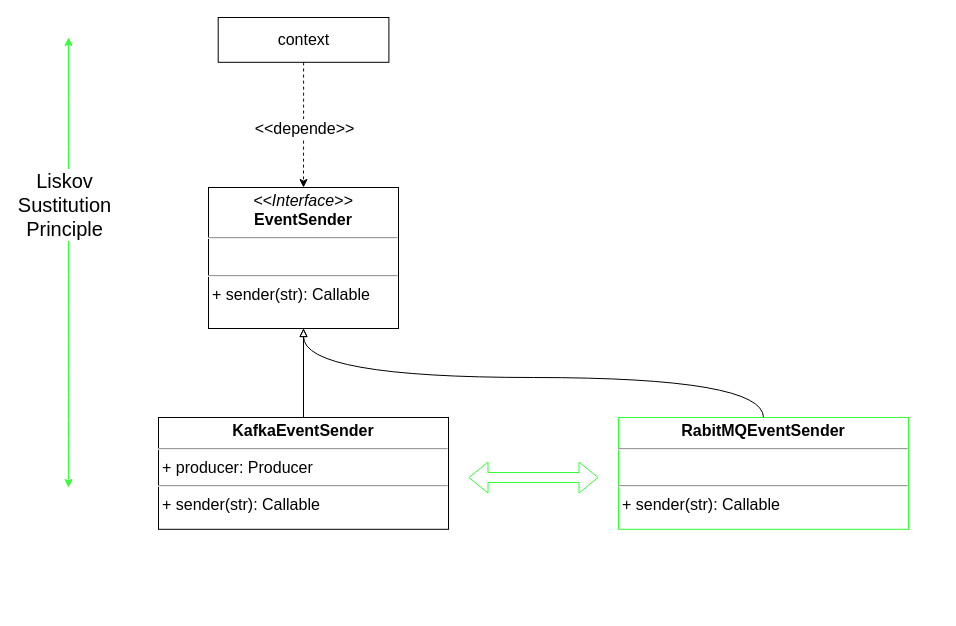
Earlier version of the draw.io diagram page "Liskov Sustitusion" (6 of 25) of C4 model.drawio (gaspect/brainsys). Source tidied: cells renumbered, new cells numbered last; positions are measured from the earlier drawing's top-left corner, leaving out a move shared by most shapes. Both pictures are drawn from the tidied source at 100%, with x=0, y=0 at pixel (68, 17).
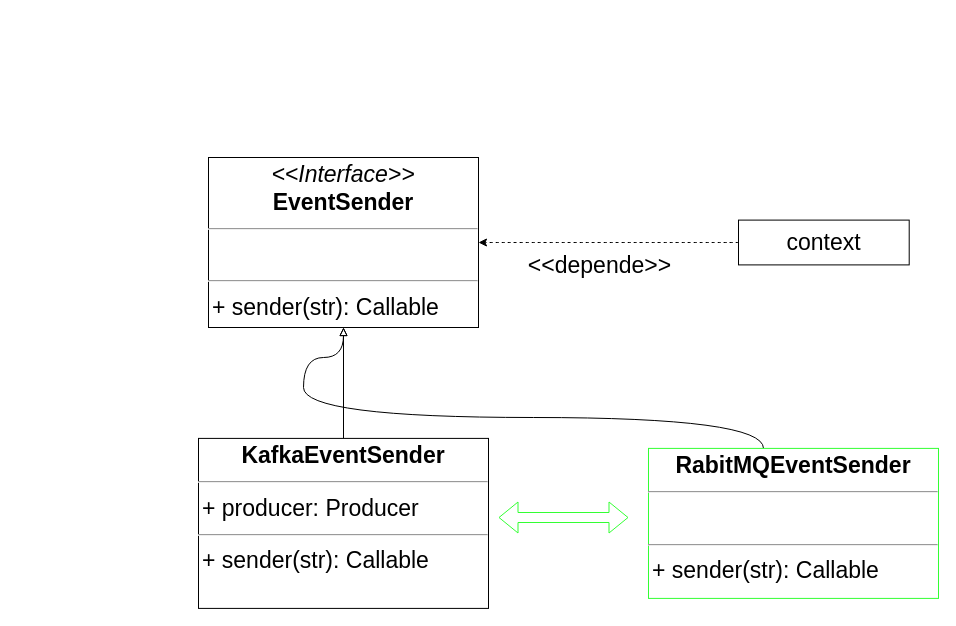
Above is the later version.

Diff of the diagram source:
```diff
@@
 <mxGraphModel>
   <root>
     <mxCell id="0" />
     <mxCell id="1" parent="0" />
-    <mxCell id="2" value="context" style="html=1;fontSize=16;" parent="1" vertex="1">
-      <mxGeometry x="149.7" width="170.7" height="44.8" as="geometry" />
+    <mxCell id="2" value="context" style="html=1;fontSize=23;" parent="1" vertex="1">
+      <mxGeometry x="670" y="202.6" width="170.7" height="44.8" as="geometry" />
     </mxCell>
-    <mxCell id="3" style="edgeStyle=orthogonalEdgeStyle;curved=1;html=1;dashed=1;endArrow=classic;endFill=1;fontSize=16;entryX=0.5;entryY=0;entryDx=0;entryDy=0;" parent="1" edge="1" source="2" target="5">
+    <mxCell id="3" style="edgeStyle=orthogonalEdgeStyle;curved=1;html=1;dashed=1;endArrow=classic;endFill=1;fontSize=23;entryX=1;entryY=0.5;entryDx=0;entryDy=0;" parent="1" edge="1" source="2" target="5">
       <mxGeometry relative="1" as="geometry" />
     </mxCell>
-    <mxCell id="4" value="&amp;lt;&amp;lt;depende&amp;gt;&amp;gt;" style="edgeLabel;html=1;align=center;verticalAlign=middle;fontSize=16;" parent="3" vertex="1">
+    <mxCell id="4" value="&amp;lt;&amp;lt;depende&amp;gt;&amp;gt;" style="edgeLabel;html=1;align=center;verticalAlign=middle;fontSize=23;" parent="3" vertex="1">
       <mxGeometry x="-0.24" y="1" relative="1" as="geometry">
-        <mxPoint x="-1" y="18" as="offset" />
+        <mxPoint x="-41" y="21" as="offset" />
       </mxGeometry>
     </mxCell>
-    <mxCell id="5" value="&lt;p style=&quot;margin: 4px 0px 0px; text-align: center; font-size: 16px;&quot;&gt;&lt;i style=&quot;font-size: 16px;&quot;&gt;&amp;lt;&amp;lt;Interface&amp;gt;&amp;gt;&lt;/i&gt;&lt;br style=&quot;font-size: 16px;&quot;&gt;&lt;b style=&quot;font-size: 16px;&quot;&gt;EventSender&lt;/b&gt;&lt;/p&gt;&lt;hr style=&quot;font-size: 16px;&quot;&gt;&lt;p style=&quot;margin: 0px 0px 0px 4px; font-size: 16px;&quot;&gt;&lt;br style=&quot;font-size: 16px;&quot;&gt;&lt;/p&gt;&lt;hr style=&quot;font-size: 16px;&quot;&gt;&lt;p style=&quot;margin: 0px 0px 0px 4px; font-size: 16px;&quot;&gt;+ sender(str): Callable&lt;/p&gt;" style="verticalAlign=top;align=left;overflow=fill;fontSize=16;fontFamily=Helvetica;html=1;" parent="1" vertex="1">
-      <mxGeometry x="140" y="170" width="190" height="141" as="geometry" />
+    <mxCell id="5" value="&lt;p style=&quot;margin: 4px 0px 0px; text-align: center; font-size: 23px;&quot;&gt;&lt;i style=&quot;font-size: 23px;&quot;&gt;&amp;lt;&amp;lt;Interface&amp;gt;&amp;gt;&lt;/i&gt;&lt;br style=&quot;font-size: 23px;&quot;&gt;&lt;b style=&quot;font-size: 23px;&quot;&gt;EventSender&lt;/b&gt;&lt;/p&gt;&lt;hr style=&quot;font-size: 23px;&quot;&gt;&lt;p style=&quot;margin: 0px 0px 0px 4px; font-size: 23px;&quot;&gt;&lt;br style=&quot;font-size: 23px;&quot;&gt;&lt;/p&gt;&lt;hr style=&quot;font-size: 23px;&quot;&gt;&lt;p style=&quot;margin: 0px 0px 0px 4px; font-size: 23px;&quot;&gt;+ sender(str): Callable&lt;/p&gt;" style="verticalAlign=top;align=left;overflow=fill;fontSize=23;fontFamily=Helvetica;html=1;" parent="1" vertex="1">
+      <mxGeometry x="140" y="140" width="270" height="170" as="geometry" />
     </mxCell>
-    <mxCell id="6" style="edgeStyle=none;html=1;endArrow=block;endFill=0;" parent="1" edge="1" source="7" target="5">
+    <mxCell id="6" style="edgeStyle=none;html=1;endArrow=block;endFill=0;fontSize=23;" parent="1" edge="1" source="7" target="5">
       <mxGeometry relative="1" as="geometry" />
     </mxCell>
-    <mxCell id="7" value="&lt;p style=&quot;margin: 4px 0px 0px ; text-align: center ; font-size: 16px&quot;&gt;&lt;b style=&quot;font-size: 16px&quot;&gt;KafkaEventSender&lt;/b&gt;&lt;/p&gt;&lt;hr style=&quot;font-size: 16px&quot;&gt;&lt;p style=&quot;margin: 0px 0px 0px 4px ; font-size: 16px&quot;&gt;+ producer: Producer&lt;/p&gt;&lt;hr style=&quot;font-size: 16px&quot;&gt;&lt;p style=&quot;margin: 0px 0px 0px 4px ; font-size: 16px&quot;&gt;+ sender(str): Callable&lt;br style=&quot;font-size: 16px&quot;&gt;&lt;/p&gt;" style="verticalAlign=top;align=left;overflow=fill;fontSize=16;fontFamily=Helvetica;html=1;" parent="1" vertex="1">
-      <mxGeometry x="90" y="400" width="290" height="111.8" as="geometry" />
+    <mxCell id="7" value="&lt;p style=&quot;margin: 4px 0px 0px; text-align: center; font-size: 23px;&quot;&gt;&lt;b style=&quot;font-size: 23px;&quot;&gt;KafkaEventSender&lt;/b&gt;&lt;/p&gt;&lt;hr style=&quot;font-size: 23px;&quot;&gt;&lt;p style=&quot;margin: 0px 0px 0px 4px; font-size: 23px;&quot;&gt;+ producer: Producer&lt;/p&gt;&lt;hr style=&quot;font-size: 23px;&quot;&gt;&lt;p style=&quot;margin: 0px 0px 0px 4px; font-size: 23px;&quot;&gt;+ sender(str): Callable&lt;br style=&quot;font-size: 23px;&quot;&gt;&lt;/p&gt;" style="verticalAlign=top;align=left;overflow=fill;fontSize=23;fontFamily=Helvetica;html=1;" parent="1" vertex="1">
+      <mxGeometry x="130" y="420.9" width="290" height="170" as="geometry" />
     </mxCell>
-    <mxCell id="8" style="endArrow=classic;startArrow=classic;html=1;fontSize=20;fontColor=#FF0000;strokeColor=#33FF33;strokeWidth=1;curved=1;" parent="1" edge="1">
-      <mxGeometry relative="1" as="geometry">
-        <mxPoint y="470" as="sourcePoint" />
-        <mxPoint y="20" as="targetPoint" />
-      </mxGeometry>
-    </mxCell>
-    <mxCell id="9" value="&lt;font color=&quot;#000000&quot;&gt;Liskov&lt;br&gt;Sustitution&lt;br&gt;Principle&lt;/font&gt;" style="edgeLabel;html=1;align=center;verticalAlign=middle;fontSize=20;fontColor=#FF0000;" parent="8" vertex="1">
-      <mxGeometry x="0.26" y="5" relative="1" as="geometry" />
-    </mxCell>
-    <mxCell id="10" style="shape=flexArrow;endArrow=classic;startArrow=classic;html=1;fontSize=20;fontColor=#000000;strokeColor=#33FF33;strokeWidth=1;curved=1;" parent="1" edge="1">
+    <mxCell id="10" style="shape=flexArrow;endArrow=classic;startArrow=classic;html=1;fontSize=23;fontColor=#000000;strokeColor=#33FF33;strokeWidth=1;curved=1;" parent="1" edge="1">
       <mxGeometry relative="1" as="geometry">
-        <mxPoint x="400" y="460" as="sourcePoint" />
-        <mxPoint x="530" y="460" as="targetPoint" />
+        <mxPoint x="430" y="500" as="sourcePoint" />
+        <mxPoint x="560" y="500" as="targetPoint" />
       </mxGeometry>
     </mxCell>
-    <mxCell id="11" style="edgeStyle=orthogonalEdgeStyle;curved=1;html=1;entryX=0.5;entryY=1;entryDx=0;entryDy=0;fontSize=20;fontColor=#000000;startArrow=none;startFill=0;endArrow=block;endFill=0;strokeColor=#000000;strokeWidth=1;" parent="1" edge="1" source="12" target="5">
+    <mxCell id="11" style="edgeStyle=orthogonalEdgeStyle;curved=1;html=1;entryX=0.5;entryY=1;entryDx=0;entryDy=0;fontSize=23;fontColor=#000000;startArrow=none;startFill=0;endArrow=block;endFill=0;strokeColor=#000000;strokeWidth=1;" parent="1" edge="1" source="12" target="5">
       <mxGeometry relative="1" as="geometry">
         <Array as="points">
-          <mxPoint x="695" y="360" />
-          <mxPoint x="235" y="360" />
+          <mxPoint x="695" y="400" />
+          <mxPoint x="235" y="400" />
+          <mxPoint x="235" y="340" />
         </Array>
       </mxGeometry>
     </mxCell>
-    <mxCell id="12" value="&lt;p style=&quot;margin: 4px 0px 0px ; text-align: center ; font-size: 16px&quot;&gt;&lt;b style=&quot;font-size: 16px&quot;&gt;RabitMQEventSender&lt;/b&gt;&lt;/p&gt;&lt;hr style=&quot;font-size: 16px&quot;&gt;&lt;p style=&quot;margin: 0px 0px 0px 4px ; font-size: 16px&quot;&gt;&lt;br&gt;&lt;/p&gt;&lt;hr style=&quot;font-size: 16px&quot;&gt;&lt;p style=&quot;margin: 0px 0px 0px 4px ; font-size: 16px&quot;&gt;+ sender(str): Callable&lt;br style=&quot;font-size: 16px&quot;&gt;&lt;/p&gt;" style="verticalAlign=top;align=left;overflow=fill;fontSize=16;fontFamily=Helvetica;html=1;strokeColor=#33FF33;" parent="1" vertex="1">
-      <mxGeometry x="550" y="400" width="290" height="111.8" as="geometry" />
+    <mxCell id="12" value="&lt;p style=&quot;margin: 4px 0px 0px; text-align: center; font-size: 23px;&quot;&gt;&lt;b style=&quot;font-size: 23px;&quot;&gt;RabitMQEventSender&lt;/b&gt;&lt;/p&gt;&lt;hr style=&quot;font-size: 23px;&quot;&gt;&lt;p style=&quot;margin: 0px 0px 0px 4px; font-size: 23px;&quot;&gt;&lt;br style=&quot;font-size: 23px;&quot;&gt;&lt;/p&gt;&lt;hr style=&quot;font-size: 23px;&quot;&gt;&lt;p style=&quot;margin: 0px 0px 0px 4px; font-size: 23px;&quot;&gt;+ sender(str): Callable&lt;br style=&quot;font-size: 23px;&quot;&gt;&lt;/p&gt;" style="verticalAlign=top;align=left;overflow=fill;fontSize=23;fontFamily=Helvetica;html=1;strokeColor=#33FF33;" parent="1" vertex="1">
+      <mxGeometry x="580" y="430.9" width="290" height="150" as="geometry" />
     </mxCell>
   </root>
 </mxGraphModel>
```
